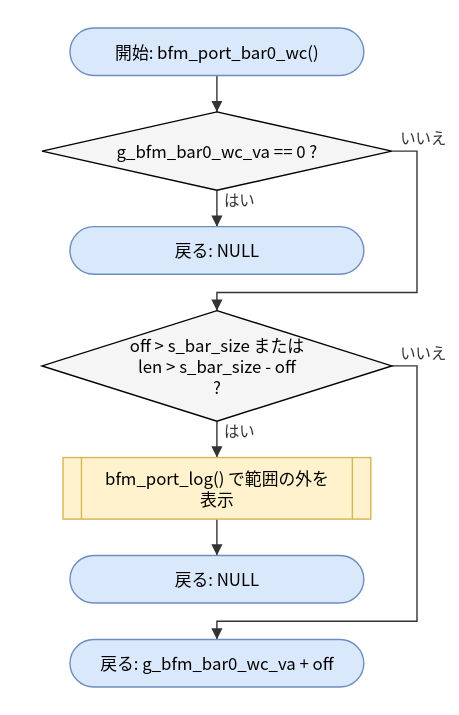
Before: doc/spec/images/flow_port_vxworks_port_vxworks-bfm_port_bar0_wc.drawio.svg, a diagram exported from draw.io (hf355051012-ai/bfmem). Source tidied: cells renumbered, new cells last; positions are measured from the earlier drawing's top-left corner, leaving out a move shared by most shapes. Its diagram source:
```xml
<mxGraphModel>
  <root>
    <mxCell id="0" />
    <mxCell id="1" parent="0" />
    <mxCell id="2" value="開始: bfm_port_bar0_wc()" style="rounded=1;arcSize=50;whiteSpace=wrap;html=1;fillColor=#dae8fc;strokeColor=#6c8ebf;" parent="1" vertex="1">
      <mxGeometry x="20" width="210" height="34" as="geometry" />
    </mxCell>
    <mxCell id="3" value="g_bfm_bar0_wc_va == 0 ?" style="rhombus;whiteSpace=wrap;html=1;fillColor=#f5f5f5;" parent="1" vertex="1">
      <mxGeometry y="60" width="250" height="56" as="geometry" />
    </mxCell>
    <mxCell id="4" value="戻る: NULL" style="rounded=1;arcSize=50;whiteSpace=wrap;html=1;fillColor=#dae8fc;strokeColor=#6c8ebf;" parent="1" vertex="1">
      <mxGeometry x="20" y="142" width="210" height="34" as="geometry" />
    </mxCell>
    <mxCell id="5" value="off &amp;gt; s_bar_size または&lt;br&gt;len &amp;gt; s_bar_size - off&lt;br&gt;?" style="rhombus;whiteSpace=wrap;html=1;fillColor=#f5f5f5;" parent="1" vertex="1">
      <mxGeometry y="202" width="250" height="79" as="geometry" />
    </mxCell>
    <mxCell id="6" value="bfm_port_log() で範囲の外を&lt;br&gt;表示" style="shape=process;whiteSpace=wrap;html=1;backgroundOutline=1;size=0.06;fillColor=#fff2cc;strokeColor=#d6b656;" parent="1" vertex="1">
      <mxGeometry x="15" y="307" width="220" height="44" as="geometry" />
    </mxCell>
    <mxCell id="7" value="戻る: NULL" style="rounded=1;arcSize=50;whiteSpace=wrap;html=1;fillColor=#dae8fc;strokeColor=#6c8ebf;" parent="1" vertex="1">
      <mxGeometry x="20" y="377" width="210" height="34" as="geometry" />
    </mxCell>
    <mxCell id="8" value="戻る: g_bfm_bar0_wc_va + off" style="rounded=1;arcSize=50;whiteSpace=wrap;html=1;fillColor=#dae8fc;strokeColor=#6c8ebf;" parent="1" vertex="1">
      <mxGeometry x="20" y="437" width="210" height="34" as="geometry" />
    </mxCell>
    <mxCell id="9" style="edgeStyle=none;html=1;rounded=0;endArrow=block;endFill=1;exitX=0.5000;exitY=1.0000;exitDx=0;exitDy=0;exitPerimeter=0;entryX=0.5000;entryY=0.0000;entryDx=0;entryDy=0;entryPerimeter=0;" parent="1" edge="1" source="2" target="3">
      <mxGeometry relative="1" as="geometry" />
    </mxCell>
    <mxCell id="10" value="はい" style="edgeStyle=none;html=1;rounded=0;endArrow=block;endFill=1;exitX=0.5000;exitY=1.0000;exitDx=0;exitDy=0;exitPerimeter=0;entryX=0.5000;entryY=0.0000;entryDx=0;entryDy=0;entryPerimeter=0;" parent="1" edge="1" source="3" target="4">
      <mxGeometry relative="1" as="geometry" />
    </mxCell>
    <mxCell id="11" value="いいえ" style="edgeStyle=none;html=1;rounded=0;endArrow=block;endFill=1;exitX=1.0000;exitY=0.5000;exitDx=0;exitDy=0;exitPerimeter=0;entryX=0.5000;entryY=0.0000;entryDx=0;entryDy=0;entryPerimeter=0;" parent="1" edge="1" source="3" target="5">
      <mxGeometry relative="1" as="geometry">
        <Array as="points">
          <mxPoint x="268" y="88" />
          <mxPoint x="268" y="189" />
          <mxPoint x="125" y="189" />
        </Array>
      </mxGeometry>
    </mxCell>
    <mxCell id="12" value="はい" style="edgeStyle=none;html=1;rounded=0;endArrow=block;endFill=1;exitX=0.5000;exitY=1.0000;exitDx=0;exitDy=0;exitPerimeter=0;entryX=0.5000;entryY=0.0000;entryDx=0;entryDy=0;entryPerimeter=0;" parent="1" edge="1" source="5" target="6">
      <mxGeometry relative="1" as="geometry" />
    </mxCell>
    <mxCell id="13" style="edgeStyle=none;html=1;rounded=0;endArrow=block;endFill=1;exitX=0.5000;exitY=1.0000;exitDx=0;exitDy=0;exitPerimeter=0;entryX=0.5000;entryY=0.0000;entryDx=0;entryDy=0;entryPerimeter=0;" parent="1" edge="1" source="6" target="7">
      <mxGeometry relative="1" as="geometry" />
    </mxCell>
    <mxCell id="14" value="いいえ" style="edgeStyle=none;html=1;rounded=0;endArrow=block;endFill=1;exitX=1.0000;exitY=0.5000;exitDx=0;exitDy=0;exitPerimeter=0;entryX=0.5000;entryY=0.0000;entryDx=0;entryDy=0;entryPerimeter=0;" parent="1" edge="1" source="5" target="8">
      <mxGeometry relative="1" as="geometry">
        <Array as="points">
          <mxPoint x="268" y="241.5" />
          <mxPoint x="268" y="424" />
          <mxPoint x="125" y="424" />
        </Array>
      </mxGeometry>
    </mxCell>
  </root>
</mxGraphModel>
```
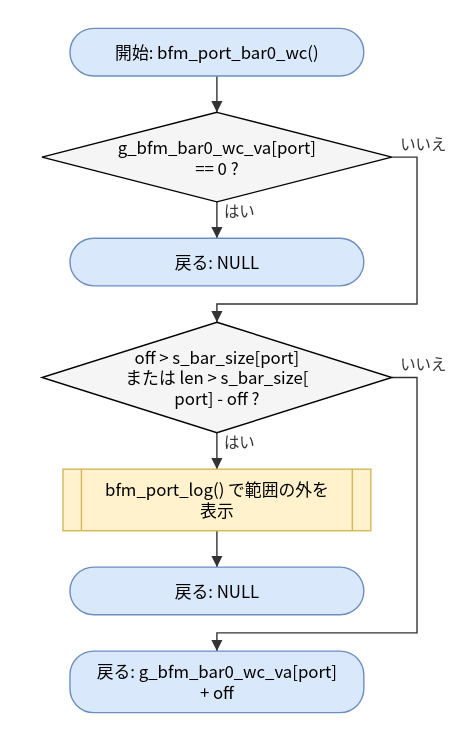
The same diagram one commit later.

Change to the diagram source:
```diff
@@ -3,15 +3,15 @@
     <mxCell id="0" />
     <mxCell id="1" parent="0" />
     <mxCell id="2" value="開始: bfm_port_bar0_wc()" style="rounded=1;arcSize=50;whiteSpace=wrap;html=1;fillColor=#dae8fc;strokeColor=#6c8ebf;" parent="1" vertex="1">
-      <mxGeometry x="20" width="210" height="34" as="geometry" />
+      <mxGeometry x="20" y="-8" width="210" height="34" as="geometry" />
     </mxCell>
-    <mxCell id="3" value="g_bfm_bar0_wc_va == 0 ?" style="rhombus;whiteSpace=wrap;html=1;fillColor=#f5f5f5;" parent="1" vertex="1">
-      <mxGeometry y="60" width="250" height="56" as="geometry" />
+    <mxCell id="3" value="g_bfm_bar0_wc_va[port]&lt;br&gt;== 0 ?" style="rhombus;whiteSpace=wrap;html=1;fillColor=#f5f5f5;" parent="1" vertex="1">
+      <mxGeometry y="52" width="250" height="64" as="geometry" />
     </mxCell>
     <mxCell id="4" value="戻る: NULL" style="rounded=1;arcSize=50;whiteSpace=wrap;html=1;fillColor=#dae8fc;strokeColor=#6c8ebf;" parent="1" vertex="1">
       <mxGeometry x="20" y="142" width="210" height="34" as="geometry" />
     </mxCell>
-    <mxCell id="5" value="off &amp;gt; s_bar_size または&lt;br&gt;len &amp;gt; s_bar_size - off&lt;br&gt;?" style="rhombus;whiteSpace=wrap;html=1;fillColor=#f5f5f5;" parent="1" vertex="1">
+    <mxCell id="5" value="off &amp;gt; s_bar_size[port]&lt;br&gt;または len &amp;gt; s_bar_size[&lt;br&gt;port] - off ?" style="rhombus;whiteSpace=wrap;html=1;fillColor=#f5f5f5;" parent="1" vertex="1">
       <mxGeometry y="202" width="250" height="79" as="geometry" />
     </mxCell>
     <mxCell id="6" value="bfm_port_log() で範囲の外を&lt;br&gt;表示" style="shape=process;whiteSpace=wrap;html=1;backgroundOutline=1;size=0.06;fillColor=#fff2cc;strokeColor=#d6b656;" parent="1" vertex="1">
@@ -20,8 +20,8 @@
     <mxCell id="7" value="戻る: NULL" style="rounded=1;arcSize=50;whiteSpace=wrap;html=1;fillColor=#dae8fc;strokeColor=#6c8ebf;" parent="1" vertex="1">
       <mxGeometry x="20" y="377" width="210" height="34" as="geometry" />
     </mxCell>
-    <mxCell id="8" value="戻る: g_bfm_bar0_wc_va + off" style="rounded=1;arcSize=50;whiteSpace=wrap;html=1;fillColor=#dae8fc;strokeColor=#6c8ebf;" parent="1" vertex="1">
-      <mxGeometry x="20" y="437" width="210" height="34" as="geometry" />
+    <mxCell id="8" value="戻る: g_bfm_bar0_wc_va[port]&lt;br&gt;+ off" style="rounded=1;arcSize=50;whiteSpace=wrap;html=1;fillColor=#dae8fc;strokeColor=#6c8ebf;" parent="1" vertex="1">
+      <mxGeometry x="20" y="437" width="210" height="44" as="geometry" />
     </mxCell>
     <mxCell id="9" style="edgeStyle=none;html=1;rounded=0;endArrow=block;endFill=1;exitX=0.5000;exitY=1.0000;exitDx=0;exitDy=0;exitPerimeter=0;entryX=0.5000;entryY=0.0000;entryDx=0;entryDy=0;entryPerimeter=0;" parent="1" edge="1" source="2" target="3">
       <mxGeometry relative="1" as="geometry" />
@@ -32,7 +32,7 @@
     <mxCell id="11" value="いいえ" style="edgeStyle=none;html=1;rounded=0;endArrow=block;endFill=1;exitX=1.0000;exitY=0.5000;exitDx=0;exitDy=0;exitPerimeter=0;entryX=0.5000;entryY=0.0000;entryDx=0;entryDy=0;entryPerimeter=0;" parent="1" edge="1" source="3" target="5">
       <mxGeometry relative="1" as="geometry">
         <Array as="points">
-          <mxPoint x="268" y="88" />
+          <mxPoint x="268" y="84" />
           <mxPoint x="268" y="189" />
           <mxPoint x="125" y="189" />
         </Array>
```
